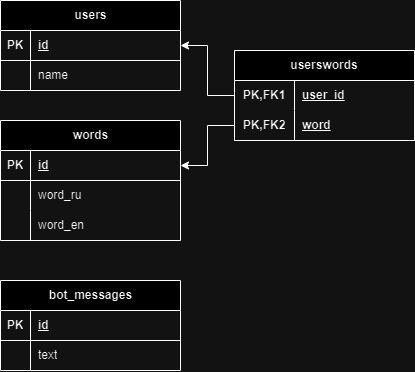
The draw.io diagram DB diagram.png in greatLimon/tgEnglishBot, before a commit. Source tidied: cells renumbered, new cells last; positions are measured from the earlier drawing's top-left corner, leaving out a move shared by most shapes.
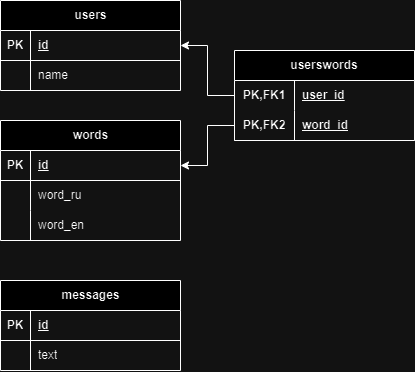
After the commit.

Change to the diagram source:
```diff
@@ -71,7 +71,7 @@
     <mxCell id="24" value="PK,FK2" style="shape=partialRectangle;fillColor=none;top=0;left=0;bottom=0;right=0;fontStyle=1;overflow=hidden;html=1;whiteSpace=wrap;" parent="23" vertex="1">
       <mxGeometry width="60" height="30" as="geometry" />
     </mxCell>
-    <mxCell id="25" value="word" style="shape=partialRectangle;fillColor=none;top=0;left=0;bottom=0;right=0;align=left;spacingLeft=6;fontStyle=5;overflow=hidden;html=1;whiteSpace=wrap;" parent="23" vertex="1">
+    <mxCell id="25" value="word_id" style="shape=partialRectangle;fillColor=none;top=0;left=0;bottom=0;right=0;align=left;spacingLeft=6;fontStyle=5;overflow=hidden;html=1;whiteSpace=wrap;" parent="23" vertex="1">
       <mxGeometry x="60" width="120" height="30" as="geometry" />
     </mxCell>
     <mxCell id="26" style="edgeStyle=orthogonalEdgeStyle;rounded=0;jettySize=auto;html=1;" parent="1" edge="1" source="20" target="3">
@@ -80,7 +80,7 @@
     <mxCell id="27" style="edgeStyle=orthogonalEdgeStyle;rounded=0;jettySize=auto;html=1;" parent="1" edge="1" source="23" target="10">
       <mxGeometry relative="1" as="geometry" />
     </mxCell>
-    <mxCell id="28" value="bot_messages" style="shape=table;startSize=30;rowLines=0;fontStyle=1;align=center;html=1;" parent="1" vertex="1">
+    <mxCell id="28" value="messages" style="shape=table;startSize=30;rowLines=0;fontStyle=1;align=center;html=1;" parent="1" vertex="1">
       <mxGeometry y="280" width="180" height="90" as="geometry" />
     </mxCell>
     <mxCell id="29" style="shape=tableRow;horizontal=0;startSize=0;swimlaneHead=0;swimlaneBody=0;fillColor=none;top=0;left=0;right=0;bottom=1;" parent="28" vertex="1">
```
